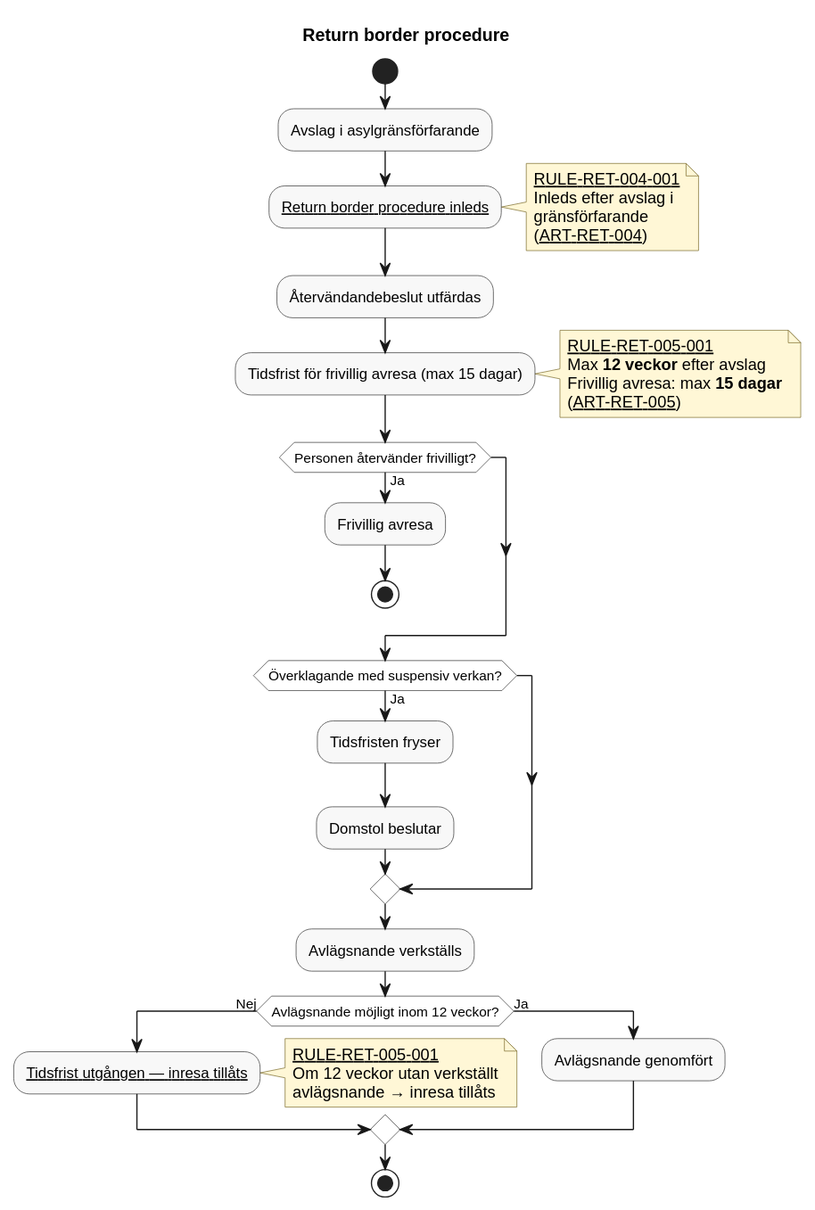
The PlantUML diagram docs/domains/return-border-procedure/diagrams/return-border-procedure.svg in chrhe894/migration_pact, before a commit.
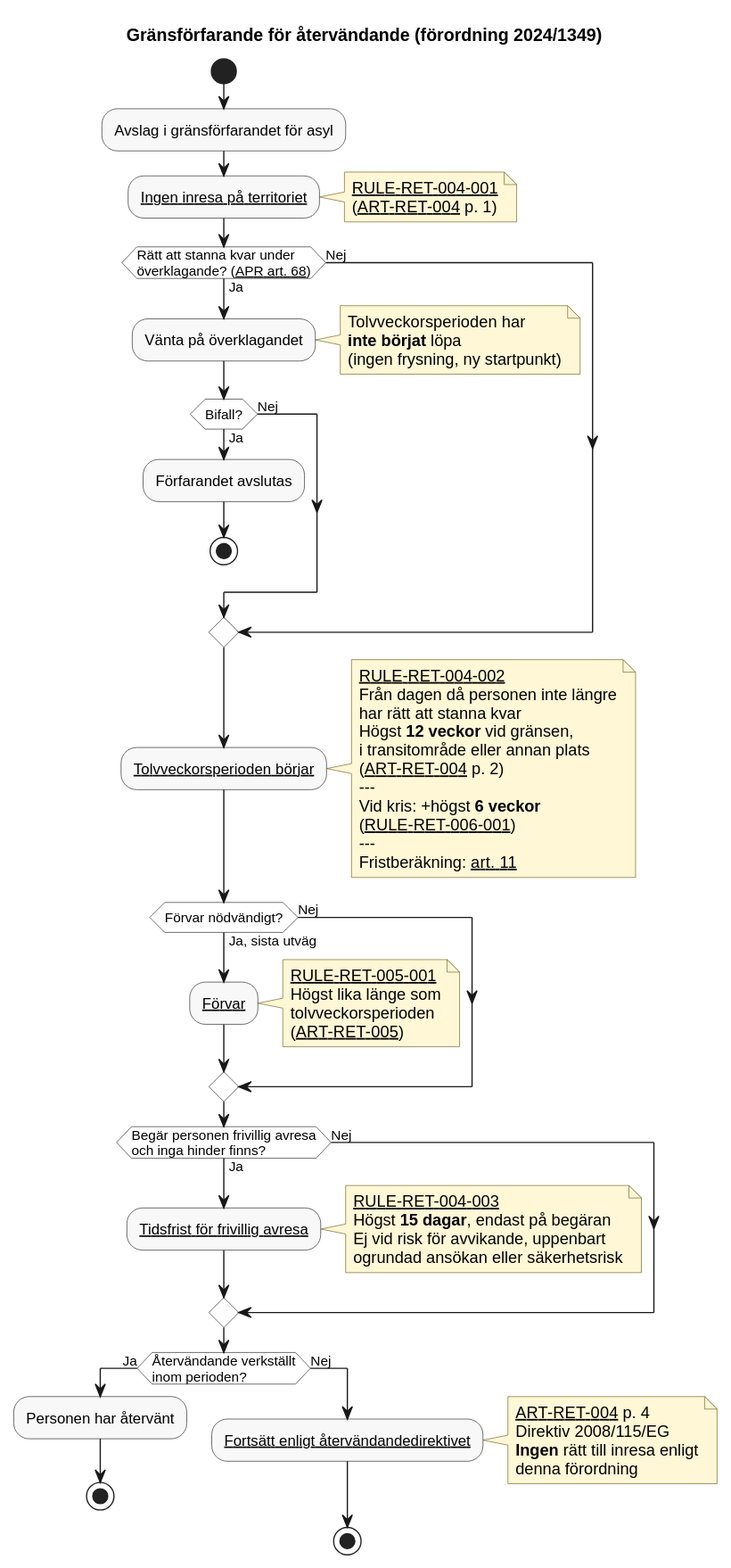
After the commit.

The edit, as a diff of the source:
```diff
@@ -1,5 +1,5 @@
 @startuml
-title Return border procedure
+title Gränsförfarande för återvändande (förordning 2024/1349)
 
 skinparam shadowing false
 skinparam HyperlinkColor Black
@@ -18,58 +18,77 @@
 
 start
 
-:Avslag i asylgränsförfarande;
+:Avslag i gränsförfarandet för asyl;
 
-:[[../rules/rule-ret-004-001.md Return border procedure inleds]];
+:[[../rules/rule-ret-004-001.md Ingen inresa på territoriet]];
 note right
   [[../rules/rule-ret-004-001.md RULE-RET-004-001]]
-  Inleds efter avslag i
-  gränsförfarande
-  ([[../articles/return-004.md ART-RET-004]])
+  ([[../articles/return-004.md ART-RET-004]] p. 1)
 end note
 
-:Återvändandebeslut utfärdas;
+if (Rätt att stanna kvar under\növerklagande? ([[../../asylum-procedure/articles/apr-068.md APR art. 68]])) then (Ja)
+  :Vänta på överklagandet;
+  note right
+    Tolvveckorsperioden har
+    **inte börjat** löpa
+    (ingen frysning, ny startpunkt)
+  end note
+  if (Bifall?) then (Ja)
+    :Förfarandet avslutas;
+    stop
+  else (Nej)
+  endif
+else (Nej)
+endif
 
-:Tidsfrist för frivillig avresa (max 15 dagar);
+:[[../rules/rule-ret-004-002.md Tolvveckorsperioden börjar]];
 note right
-  [[../rules/rule-ret-005-001.md RULE-RET-005-001]]
-  Max **12 veckor** efter avslag
-  Frivillig avresa: max **15 dagar**
-  ([[../articles/return-005.md ART-RET-005]])
+  [[../rules/rule-ret-004-002.md RULE-RET-004-002]]
+  Från dagen då personen inte längre
+  har rätt att stanna kvar
+  Högst **12 veckor** vid gränsen,
+  i transitområde eller annan plats
+  ([[../articles/return-004.md ART-RET-004]] p. 2)
+  ---
+  Vid kris: +högst **6 veckor**
+  ([[../rules/rule-ret-006-001.md RULE-RET-006-001]])
+  ---
+  Fristberäkning: [[../rules/rule-ret-011-001.md art. 11]]
 end note
 
-if (Personen återvänder frivilligt?) then (Ja)
-
-    :Frivillig avresa;
-
-    stop
-
+if (Förvar nödvändigt?) then (Ja, sista utväg)
+  :[[../rules/rule-ret-005-001.md Förvar]];
+  note right
+    [[../rules/rule-ret-005-001.md RULE-RET-005-001]]
+    Högst lika länge som
+    tolvveckorsperioden
+    ([[../articles/return-005.md ART-RET-005]])
+  end note
+else (Nej)
 endif
 
-if (Överklagande med suspensiv verkan?) then (Ja)
-
-    :Tidsfristen fryser;
-
-    :Domstol beslutar;
-
+if (Begär personen frivillig avresa\noch inga hinder finns?) then (Ja)
+  :[[../rules/rule-ret-004-003.md Tidsfrist för frivillig avresa]];
+  note right
+    [[../rules/rule-ret-004-003.md RULE-RET-004-003]]
+    Högst **15 dagar**, endast på begäran
+    Ej vid risk för avvikande, uppenbart
+    ogrundad ansökan eller säkerhetsrisk
+  end note
+else (Nej)
 endif
 
-:Avlägsnande verkställs;
-
-if (Avlägsnande möjligt inom 12 veckor?) then (Nej)
-
-    :[[../rules/rule-ret-005-001.md Tidsfrist utgången — inresa tillåts]];
-    note right
-      [[../rules/rule-ret-005-001.md RULE-RET-005-001]]
-      Om 12 veckor utan verkställt
-      avlägsnande → inresa tillåts
-    end note
-
-else (Ja)
-
-    :Avlägsnande genomfört;
-
+if (Återvändande verkställt\ninom perioden?) then (Ja)
+  :Personen har återvänt;
+  stop
+else (Nej)
+  :[[../rules/rule-ret-004-002.md Fortsätt enligt återvändandedirektivet]];
+  note right
+    [[../articles/return-004.md ART-RET-004]] p. 4
+    Direktiv 2008/115/EG
+    **Ingen** rätt till inresa enligt
+    denna förordning
+  end note
+  stop
 endif
-
-stop
 @enduml
```
